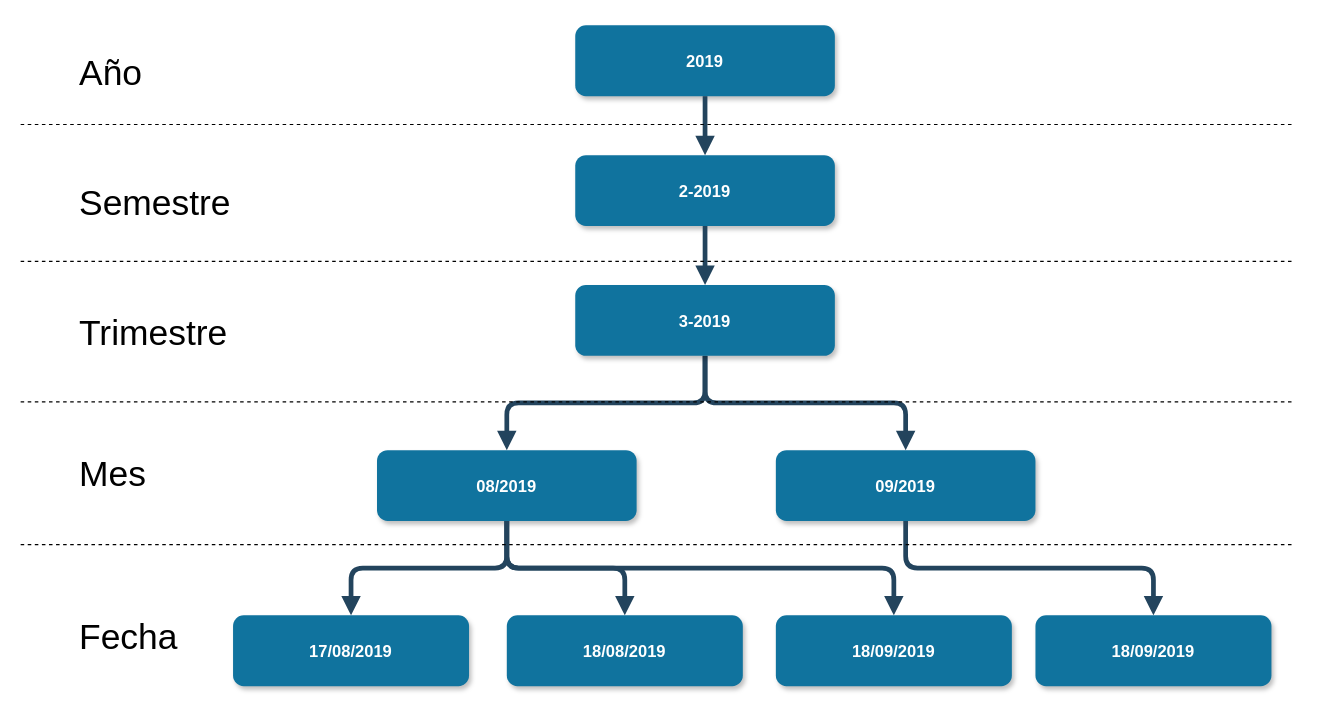
The draw.io diagram 2. Diseño conceptual/tiempo_example.drawio in gonzalomelov/dw-calidad-aire-docs, before the edit. Source tidied: cells renumbered, new cells numbered last; positions are measured from the earlier drawing's top-left corner, leaving out a move shared by most shapes. Both pictures are drawn from the tidied source at 118%, with x=0, y=0 at pixel (20, 25).
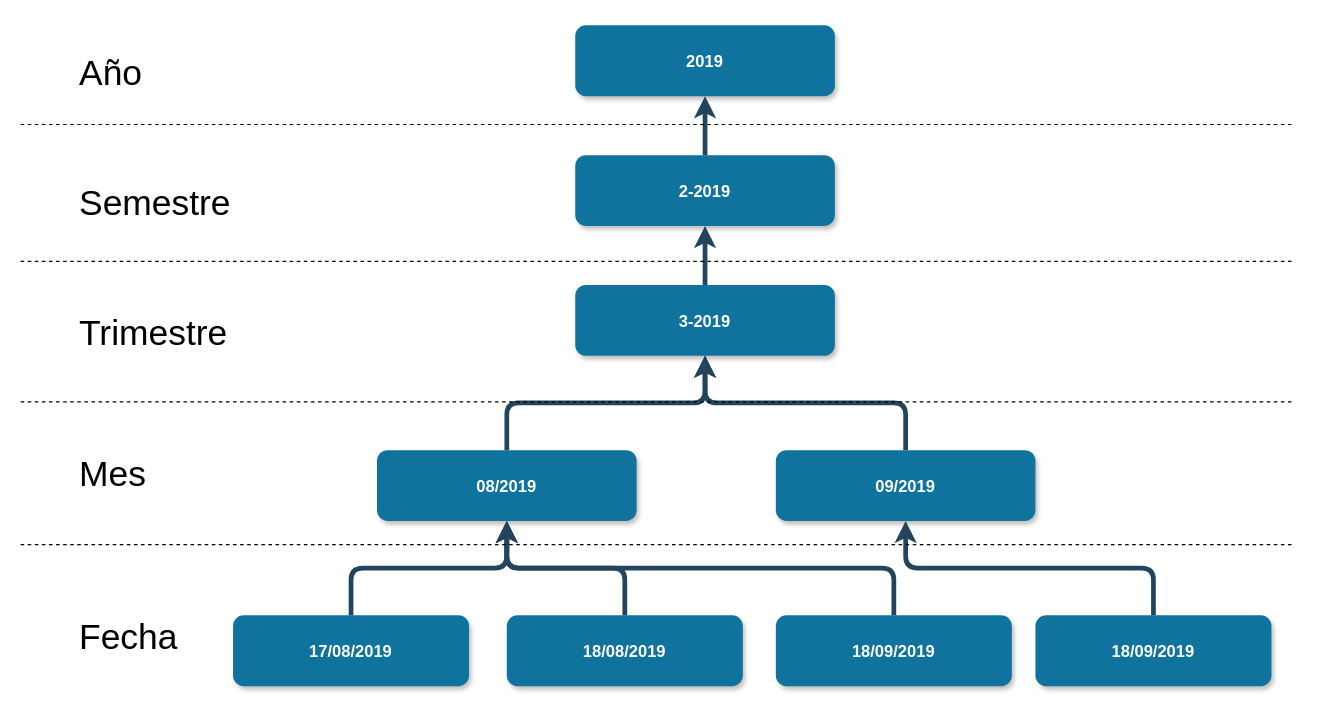
The same diagram, later.

Unchanged cells that the change refers to:
```xml
<mxCell id="2" value="08/2019" style="rounded=1;fillColor=#10739E;strokeColor=none;shadow=1;gradientColor=none;fontStyle=1;fontColor=#FFFFFF;fontSize=14;" parent="1" vertex="1">
  <mxGeometry x="302" y="360" width="220" height="60" as="geometry" />
</mxCell>
<mxCell id="3" value="17/08/2019" style="rounded=1;fillColor=#10739E;strokeColor=none;shadow=1;gradientColor=none;fontStyle=1;fontColor=#FFFFFF;fontSize=14;" parent="1" vertex="1">
  <mxGeometry x="180" y="500" width="200" height="60" as="geometry" />
</mxCell>
<mxCell id="4" value="18/08/2019" style="rounded=1;fillColor=#10739E;strokeColor=none;shadow=1;gradientColor=none;fontStyle=1;fontColor=#FFFFFF;fontSize=14;" parent="1" vertex="1">
  <mxGeometry x="412" y="500" width="200" height="60" as="geometry" />
</mxCell>
<mxCell id="5" value="18/09/2019" style="rounded=1;fillColor=#10739E;strokeColor=none;shadow=1;gradientColor=none;fontStyle=1;fontColor=#FFFFFF;fontSize=14;" parent="1" vertex="1">
  <mxGeometry x="640" y="500" width="200" height="60" as="geometry" />
</mxCell>
<mxCell id="10" value="09/2019" style="rounded=1;fillColor=#10739E;strokeColor=none;shadow=1;gradientColor=none;fontStyle=1;fontColor=#FFFFFF;fontSize=14;" parent="1" vertex="1">
  <mxGeometry x="640" y="360" width="220" height="60" as="geometry" />
</mxCell>
<mxCell id="11" value="18/09/2019" style="rounded=1;fillColor=#10739E;strokeColor=none;shadow=1;gradientColor=none;fontStyle=1;fontColor=#FFFFFF;fontSize=14;" parent="1" vertex="1">
  <mxGeometry x="860" y="500" width="200" height="60" as="geometry" />
</mxCell>
<mxCell id="14" value="3-2019" style="rounded=1;fillColor=#10739E;strokeColor=none;shadow=1;gradientColor=none;fontStyle=1;fontColor=#FFFFFF;fontSize=14;" parent="1" vertex="1">
  <mxGeometry x="470" y="220" width="220" height="60" as="geometry" />
</mxCell>
<mxCell id="15" value="2-2019" style="rounded=1;fillColor=#10739E;strokeColor=none;shadow=1;gradientColor=none;fontStyle=1;fontColor=#FFFFFF;fontSize=14;" parent="1" vertex="1">
  <mxGeometry x="470" y="110" width="220" height="60" as="geometry" />
</mxCell>
<mxCell id="17" value="2019" style="rounded=1;fillColor=#10739E;strokeColor=none;shadow=1;gradientColor=none;fontStyle=1;fontColor=#FFFFFF;fontSize=14;" parent="1" vertex="1">
  <mxGeometry x="470" width="220" height="60" as="geometry" />
</mxCell>
```

What changed in the source:
```diff
@@
-    <mxCell id="6" style="edgeStyle=elbowEdgeStyle;elbow=vertical;strokeWidth=4;endArrow=block;endFill=1;fontStyle=1;strokeColor=#23445D;exitX=0.5;exitY=1;exitDx=0;exitDy=0;" parent="1" edge="1" source="14" target="2">
+    <mxCell id="6" style="edgeStyle=elbowEdgeStyle;elbow=vertical;strokeWidth=4;endArrow=none;endFill=0;fontStyle=1;strokeColor=#23445D;exitX=0.5;exitY=1;exitDx=0;exitDy=0;startArrow=classic;startFill=1;" parent="1" edge="1" source="14" target="2">
       <mxGeometry x="-178" y="370" as="geometry" />
     </mxCell>
-    <mxCell id="7" style="edgeStyle=elbowEdgeStyle;elbow=vertical;strokeWidth=4;endArrow=block;endFill=1;fontStyle=1;strokeColor=#23445D;" parent="1" edge="1" source="2" target="4">
+    <mxCell id="7" style="edgeStyle=elbowEdgeStyle;elbow=vertical;strokeWidth=4;endArrow=none;endFill=0;fontStyle=1;strokeColor=#23445D;startArrow=classic;startFill=1;" parent="1" edge="1" source="2" target="4">
       <mxGeometry x="-178" y="370" as="geometry" />
     </mxCell>
-    <mxCell id="8" style="edgeStyle=elbowEdgeStyle;elbow=vertical;strokeWidth=4;endArrow=block;endFill=1;fontStyle=1;strokeColor=#23445D;" parent="1" edge="1" source="2" target="3">
+    <mxCell id="8" style="edgeStyle=elbowEdgeStyle;elbow=vertical;strokeWidth=4;endArrow=none;endFill=0;fontStyle=1;strokeColor=#23445D;startArrow=classic;startFill=1;" parent="1" edge="1" source="2" target="3">
       <mxGeometry x="-178" y="370" as="geometry" />
     </mxCell>
-    <mxCell id="9" style="edgeStyle=elbowEdgeStyle;elbow=vertical;strokeWidth=4;endArrow=block;endFill=1;fontStyle=1;strokeColor=#23445D;" parent="1" edge="1" source="2" target="5">
+    <mxCell id="9" style="edgeStyle=elbowEdgeStyle;elbow=vertical;strokeWidth=4;endArrow=none;endFill=0;fontStyle=1;strokeColor=#23445D;startArrow=classic;startFill=1;" parent="1" edge="1" source="2" target="5">
       <mxGeometry x="-178" y="370" as="geometry" />
     </mxCell>
@@
-    <mxCell id="12" style="edgeStyle=elbowEdgeStyle;elbow=vertical;strokeWidth=4;endArrow=block;endFill=1;fontStyle=1;strokeColor=#23445D;exitX=0.5;exitY=1;exitDx=0;exitDy=0;" parent="1" edge="1" source="14" target="10">
+    <mxCell id="12" style="edgeStyle=elbowEdgeStyle;elbow=vertical;strokeWidth=4;endArrow=none;endFill=0;fontStyle=1;strokeColor=#23445D;exitX=0.5;exitY=1;exitDx=0;exitDy=0;startArrow=classic;startFill=1;" parent="1" edge="1" source="14" target="10">
       <mxGeometry x="552" y="370" as="geometry" />
     </mxCell>
-    <mxCell id="13" style="edgeStyle=elbowEdgeStyle;elbow=vertical;strokeWidth=4;endArrow=block;endFill=1;fontStyle=1;strokeColor=#23445D;" parent="1" edge="1" source="10" target="11">
+    <mxCell id="13" style="edgeStyle=elbowEdgeStyle;elbow=vertical;strokeWidth=4;endArrow=none;endFill=0;fontStyle=1;strokeColor=#23445D;startArrow=classic;startFill=1;" parent="1" edge="1" source="10" target="11">
       <mxGeometry x="552" y="370" as="geometry" />
     </mxCell>
@@
-    <mxCell id="16" style="edgeStyle=elbowEdgeStyle;elbow=vertical;strokeWidth=4;endArrow=block;endFill=1;fontStyle=1;strokeColor=#23445D;exitX=0.5;exitY=1;exitDx=0;exitDy=0;entryX=0.5;entryY=0;entryDx=0;entryDy=0;" parent="1" edge="1" source="15" target="14">
+    <mxCell id="16" style="edgeStyle=elbowEdgeStyle;elbow=vertical;strokeWidth=4;endArrow=none;endFill=0;fontStyle=1;strokeColor=#23445D;exitX=0.5;exitY=1;exitDx=0;exitDy=0;entryX=0.5;entryY=0;entryDx=0;entryDy=0;startArrow=classic;startFill=1;" parent="1" edge="1" source="15" target="14">
       <mxGeometry x="562" y="380" as="geometry" />
     </mxCell>
@@
-    <mxCell id="18" style="edgeStyle=elbowEdgeStyle;elbow=vertical;strokeWidth=4;endArrow=block;endFill=1;fontStyle=1;strokeColor=#23445D;exitX=0.5;exitY=1;exitDx=0;exitDy=0;entryX=0.5;entryY=0;entryDx=0;entryDy=0;" parent="1" edge="1" source="17" target="15">
+    <mxCell id="18" style="edgeStyle=elbowEdgeStyle;elbow=vertical;strokeWidth=4;endArrow=none;endFill=0;fontStyle=1;strokeColor=#23445D;exitX=0.5;exitY=1;exitDx=0;exitDy=0;entryX=0.5;entryY=0;entryDx=0;entryDy=0;startArrow=classic;startFill=1;" parent="1" edge="1" source="17" target="15">
       <mxGeometry x="562" y="240" as="geometry" />
     </mxCell>
```
